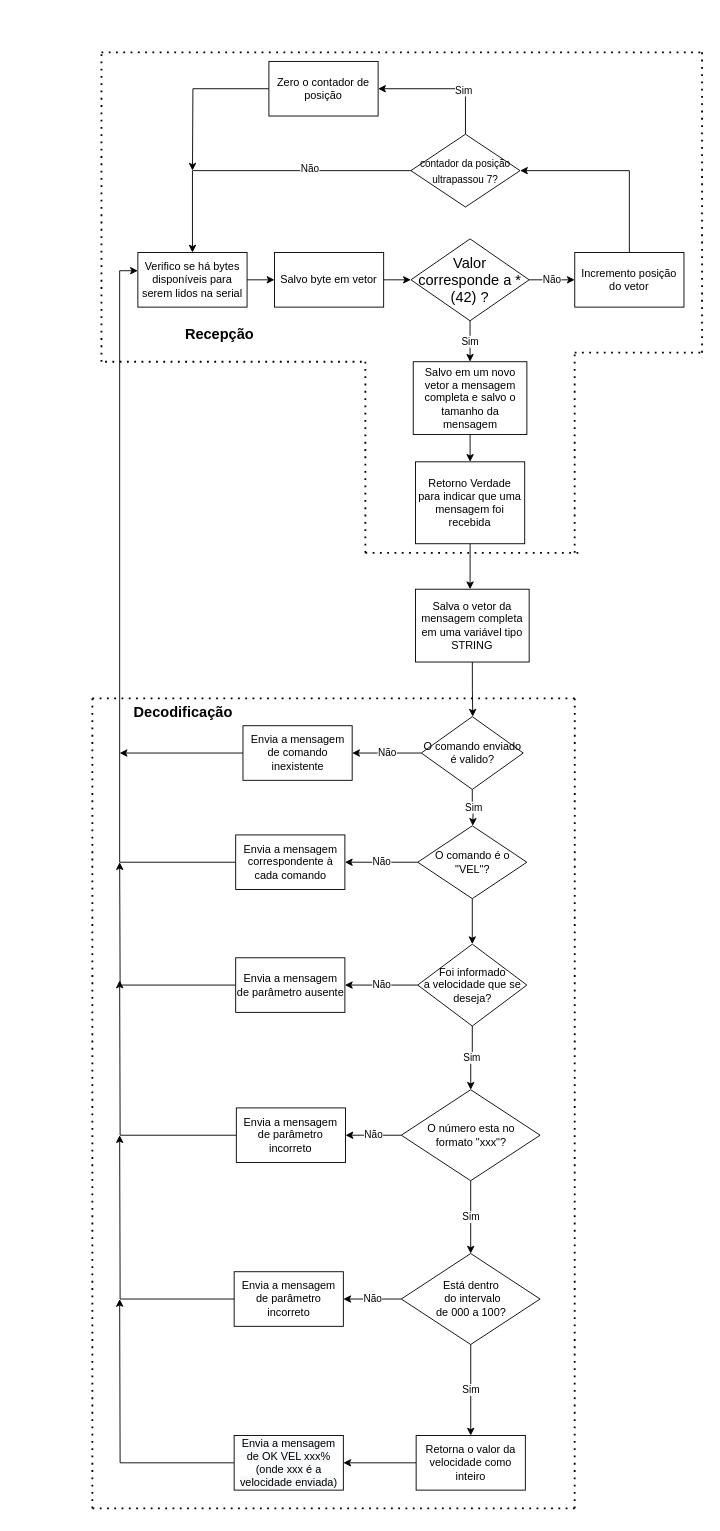
GustavoFA/EA076_2022_1S keeps this draw.io diagram as Projeto 2/EA076_Fluxograma_1.drawio. Above is the earlier version. Source tidied: cells renumbered, new cells numbered last; positions are measured from the earlier drawing's top-left corner, leaving out a move shared by most shapes. Both pictures are drawn from the tidied source at 91%, with x=0, y=0 at pixel (92, 52).
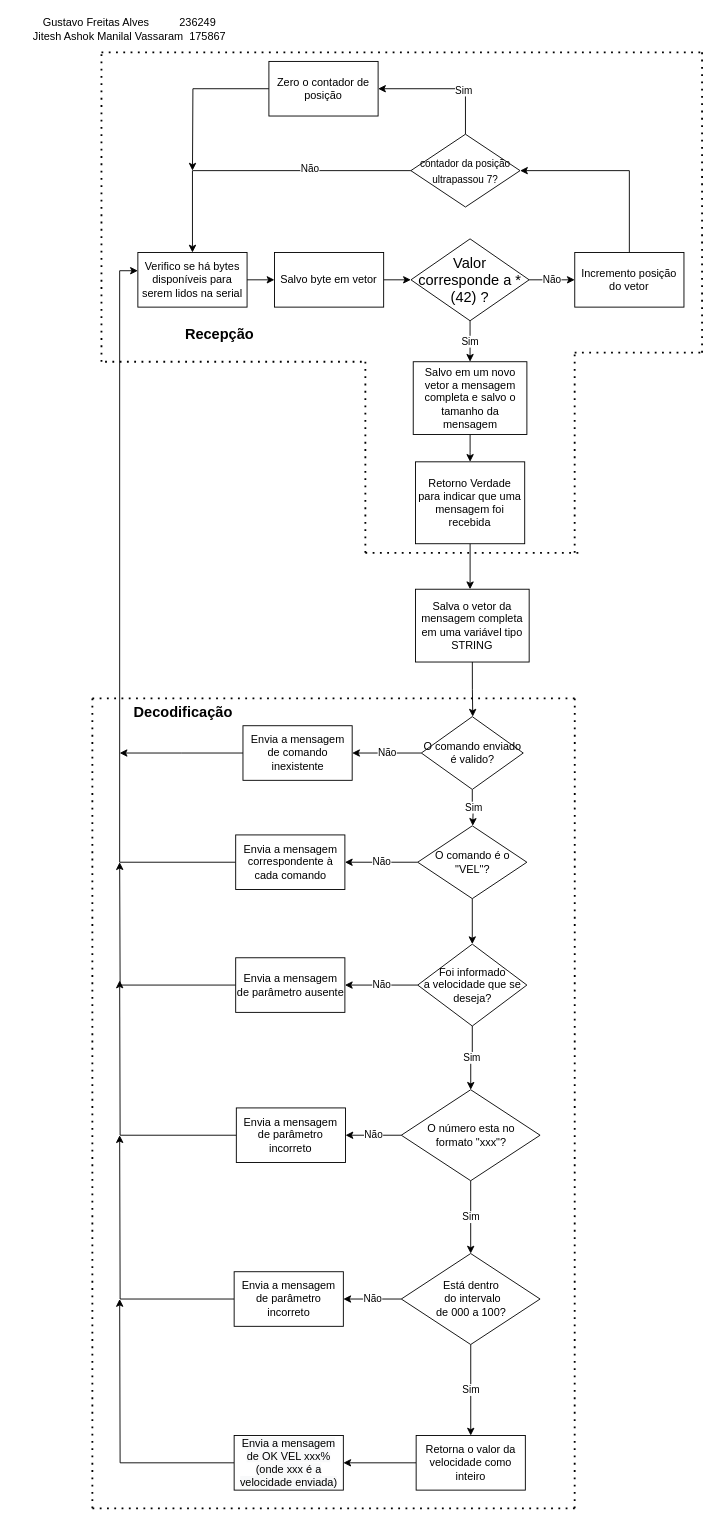
The same diagram, later.

Diff of the diagram source:
```diff
@@
+    <mxCell id="67" value="&lt;div&gt;Gustavo Freitas Alves&amp;nbsp; &amp;nbsp; &amp;nbsp; &amp;nbsp; &amp;nbsp; 236249&lt;/div&gt;&lt;div&gt;Jitesh Ashok Manilal Vassaram&amp;nbsp; 175867&lt;/div&gt;" style="text;html=1;strokeColor=none;fillColor=none;align=center;verticalAlign=middle;whiteSpace=wrap;rounded=0;" parent="1" vertex="1">
+      <mxGeometry x="-84.5" y="-40" width="250" height="30" as="geometry" />
+    </mxCell>
```
